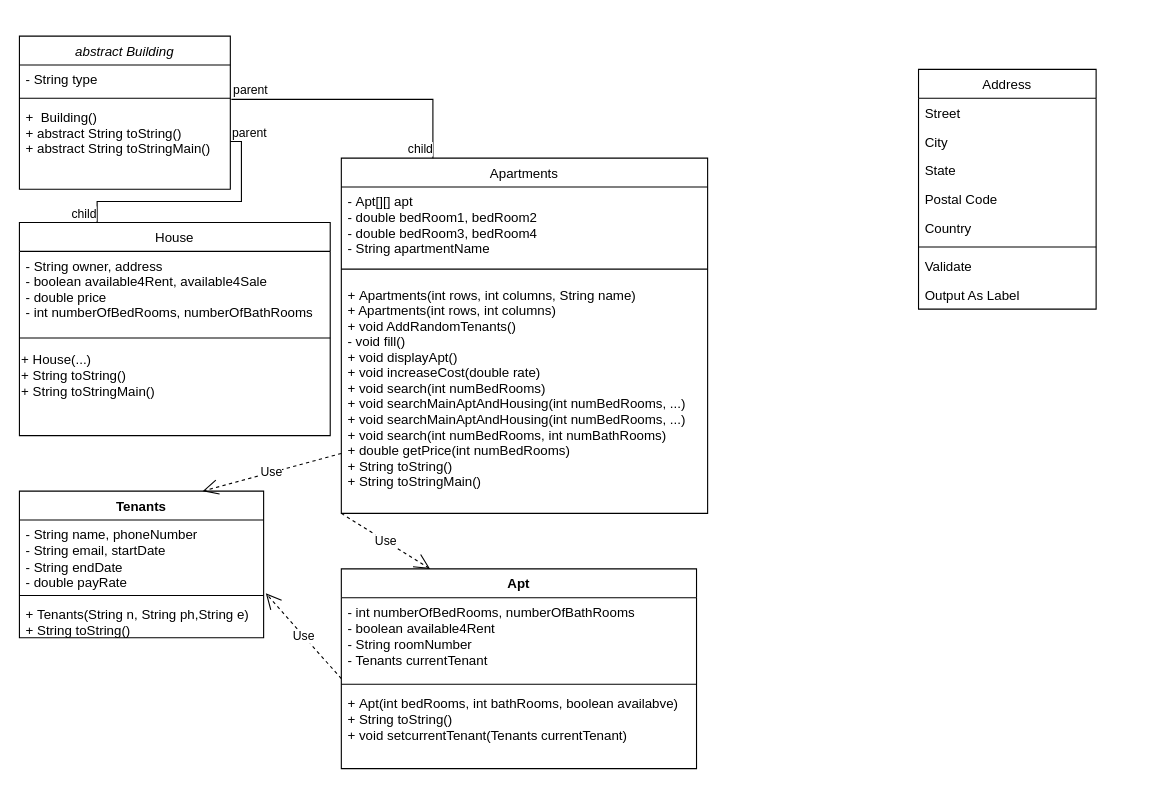
Earlier version of the draw.io diagram APT.drawio (Srujan560/temo). Source tidied: cells renumbered, new cells numbered last; positions are measured from the earlier drawing's top-left corner, leaving out a move shared by most shapes. Both pictures are drawn from the tidied source at 111%, with x=0, y=0 at pixel (19, 36).
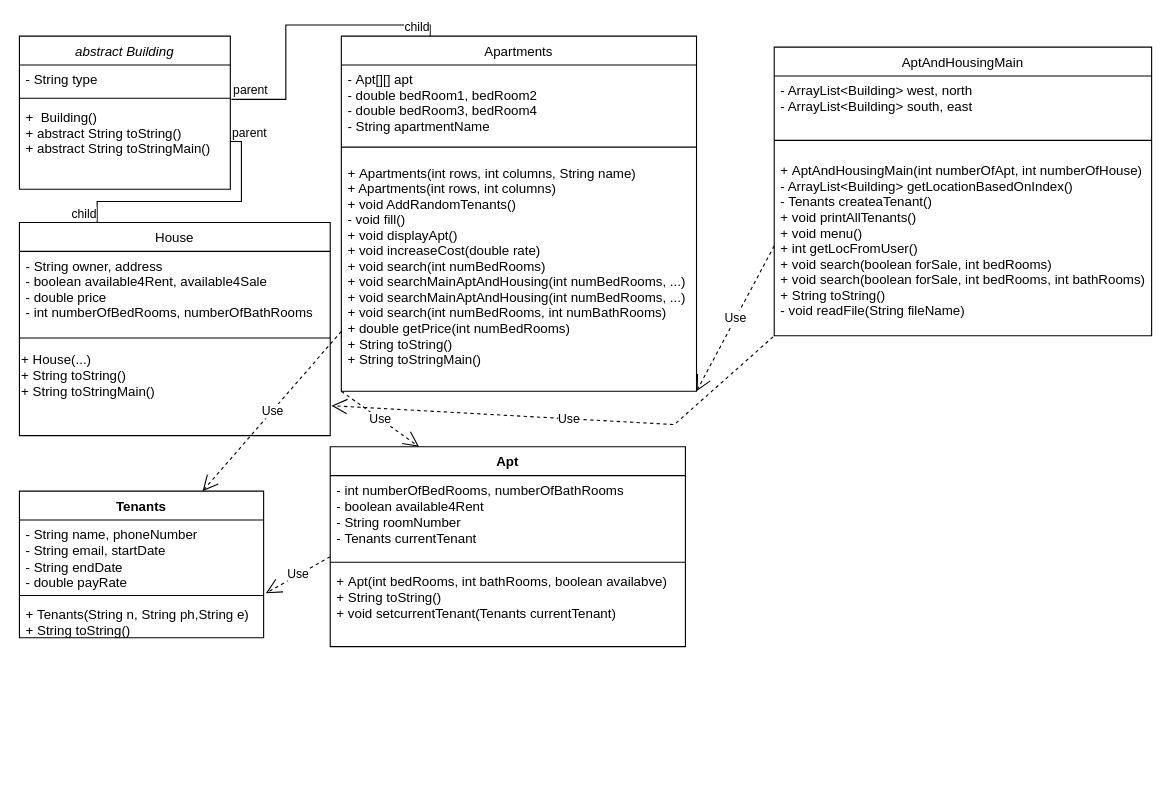
The same diagram, later.

Unchanged cells that the change refers to:
```xml
<mxCell id="13" value="+ House(...)&lt;br&gt;+ String toString()&lt;br&gt;+&amp;nbsp;String toStringMain()" style="text;html=1;align=left;verticalAlign=middle;points=[];strokeColor=none;fillColor=none;" parent="10" vertex="1">
  <mxGeometry y="108" width="280" height="60" as="geometry" />
</mxCell>
```

Change to the diagram source:
```diff
@@
     <mxCell id="6" value="Apartments" style="swimlane;fontStyle=0;align=center;verticalAlign=top;horizontal=1;startSize=26;rounded=0;shadow=0;strokeWidth=1;" parent="1" vertex="1">
-      <mxGeometry x="290" y="110" width="330" height="320" as="geometry" />
+      <mxGeometry x="290" width="320" height="320" as="geometry" />
     </mxCell>
     <mxCell id="7" value="- Apt[][] apt&#10;- double bedRoom1, bedRoom2&#10;- double bedRoom3, bedRoom4&#10;- String apartmentName" style="text;align=left;verticalAlign=top;spacingLeft=4;spacingRight=4;overflow=hidden;" parent="6" vertex="1">
-      <mxGeometry y="26" width="330" height="64" as="geometry" />
+      <mxGeometry y="26" width="320" height="64" as="geometry" />
     </mxCell>
     <mxCell id="8" style="line;html=1;strokeWidth=1;align=left;verticalAlign=middle;spacingTop=-1;spacingLeft=3;spacingRight=3;labelPosition=right;" parent="6" vertex="1">
-      <mxGeometry y="90" width="330" height="20" as="geometry" />
+      <mxGeometry y="90" width="320" height="20" as="geometry" />
     </mxCell>
     <mxCell id="9" value="+ Apartments(int rows, int columns, String name)&#10;+ Apartments(int rows, int columns)&#10;+ void AddRandomTenants()&#10;- void fill()&#10;+ void displayApt()&#10;+ void increaseCost(double rate)&#10;+ void search(int numBedRooms)&#10;+ void searchMainAptAndHousing(int numBedRooms, ...)&#10;+ void searchMainAptAndHousing(int numBedRooms, ...)&#10;+ void search(int numBedRooms, int numBathRooms)&#10;+ double getPrice(int numBedRooms)&#10;+ String toString()&#10;+ String toStringMain()" style="text;align=left;verticalAlign=top;spacingLeft=4;spacingRight=4;overflow=hidden;points=[[0,0.5],[1,0.5]];portConstraint=eastwest;" parent="6" vertex="1">
-      <mxGeometry y="110" width="330" height="200" as="geometry" />
+      <mxGeometry y="110" width="320" height="200" as="geometry" />
     </mxCell>
@@
-    <mxCell id="14" value="Address" style="swimlane;fontStyle=0;align=center;verticalAlign=top;horizontal=1;startSize=26;rounded=0;shadow=0;strokeWidth=1;" parent="1" vertex="1">
-      <mxGeometry x="810" y="30" width="160" height="216" as="geometry" />
+    <mxCell id="14" value="AptAndHousingMain" style="swimlane;fontStyle=0;align=center;verticalAlign=top;horizontal=1;startSize=26;rounded=0;shadow=0;strokeWidth=1;" parent="1" vertex="1">
+      <mxGeometry x="680" y="10" width="340" height="260" as="geometry" />
     </mxCell>
-    <mxCell id="15" value="Street" style="text;align=left;verticalAlign=top;spacingLeft=4;spacingRight=4;overflow=hidden;" parent="14" vertex="1">
-      <mxGeometry y="26" width="160" height="26" as="geometry" />
+    <mxCell id="15" value="- ArrayList&lt;Building&gt; west, north&#10;- ArrayList&lt;Building&gt; south, east" style="text;align=left;verticalAlign=top;spacingLeft=4;spacingRight=4;overflow=hidden;" parent="14" vertex="1">
+      <mxGeometry y="26" width="340" height="44" as="geometry" />
     </mxCell>
-    <mxCell id="16" value="City" style="text;align=left;verticalAlign=top;spacingLeft=4;spacingRight=4;overflow=hidden;rounded=0;shadow=0;html=0;" parent="14" vertex="1">
-      <mxGeometry y="52" width="160" height="26" as="geometry" />
-    </mxCell>
-    <mxCell id="17" value="State" style="text;align=left;verticalAlign=top;spacingLeft=4;spacingRight=4;overflow=hidden;rounded=0;shadow=0;html=0;" parent="14" vertex="1">
-      <mxGeometry y="78" width="160" height="26" as="geometry" />
-    </mxCell>
-    <mxCell id="18" value="Postal Code" style="text;align=left;verticalAlign=top;spacingLeft=4;spacingRight=4;overflow=hidden;rounded=0;shadow=0;html=0;" parent="14" vertex="1">
-      <mxGeometry y="104" width="160" height="26" as="geometry" />
-    </mxCell>
-    <mxCell id="19" value="Country" style="text;align=left;verticalAlign=top;spacingLeft=4;spacingRight=4;overflow=hidden;rounded=0;shadow=0;html=0;" parent="14" vertex="1">
-      <mxGeometry y="130" width="160" height="26" as="geometry" />
-    </mxCell>
     <mxCell id="20" style="line;html=1;strokeWidth=1;align=left;verticalAlign=middle;spacingTop=-1;spacingLeft=3;spacingRight=3;labelPosition=right;" parent="14" vertex="1">
-      <mxGeometry y="156" width="160" height="8" as="geometry" />
+      <mxGeometry y="70" width="340" height="28" as="geometry" />
     </mxCell>
-    <mxCell id="21" value="Validate" style="text;align=left;verticalAlign=top;spacingLeft=4;spacingRight=4;overflow=hidden;points=[[0,0.5],[1,0.5]];portConstraint=eastwest;" parent="14" vertex="1">
-      <mxGeometry y="164" width="160" height="26" as="geometry" />
+    <mxCell id="21" value="+ AptAndHousingMain(int numberOfApt, int numberOfHouse)&#10;- ArrayList&lt;Building&gt; getLocationBasedOnIndex()&#10;- Tenants createaTenant()&#10;+ void printAllTenants()&#10;+ void menu()&#10;+ int getLocFromUser()&#10;+ void search(boolean forSale, int bedRooms)&#10;+ void search(boolean forSale, int bedRooms, int bathRooms)&#10;+ String toString()&#10;- void readFile(String fileName)" style="text;align=left;verticalAlign=top;spacingLeft=4;spacingRight=4;overflow=hidden;points=[[0,0.5],[1,0.5]];portConstraint=eastwest;" parent="14" vertex="1">
+      <mxGeometry y="98" width="340" height="162" as="geometry" />
     </mxCell>
-    <mxCell id="22" value="Output As Label" style="text;align=left;verticalAlign=top;spacingLeft=4;spacingRight=4;overflow=hidden;" parent="14" vertex="1">
-      <mxGeometry y="190" width="160" height="26" as="geometry" />
-    </mxCell>
@@
     <mxCell id="29" value="Apt" style="swimlane;fontStyle=1;align=center;verticalAlign=top;horizontal=1;startSize=26;whiteSpace=wrap;html=1;" parent="1" vertex="1">
-      <mxGeometry x="290" y="480" width="320" height="180" as="geometry" />
+      <mxGeometry x="280" y="370" width="320" height="180" as="geometry" />
     </mxCell>
@@
+    <mxCell id="40" value="Use" style="endArrow=open;endSize=12;dashed=1;html=1;rounded=0;exitX=0;exitY=0.5;exitDx=0;exitDy=0;entryX=1;entryY=1;entryDx=0;entryDy=0;" parent="1" edge="1" source="21" target="6">
+      <mxGeometry relative="1" as="geometry" />
+    </mxCell>
+    <mxCell id="41" value="Use" style="endArrow=open;endSize=12;dashed=1;html=1;rounded=0;exitX=-0.003;exitY=1.006;exitDx=0;exitDy=0;exitPerimeter=0;entryX=1.004;entryY=0.95;entryDx=0;entryDy=0;entryPerimeter=0;" parent="1" edge="1" source="21" target="13">
+      <mxGeometry relative="1" as="geometry">
+        <Array as="points">
+          <mxPoint x="590" y="350" />
+        </Array>
+      </mxGeometry>
+    </mxCell>
```
